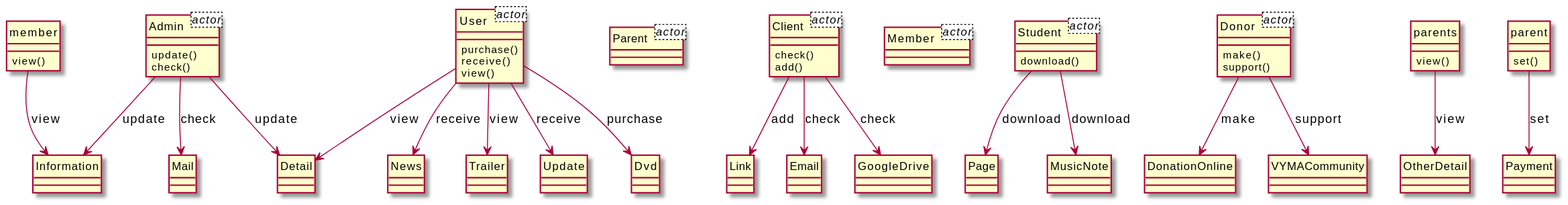
The PlantUML diagram output/diagram_5/2016-USC-Project02.svg in xixixhalu/DomainModelExtractor, before a commit. Its diagram source:
```plantuml
@startuml
hide circle
class User<actor> {
}
class Parent<actor> {
}
class Client<actor> {
}
class Admin<actor> {
}
class Member<actor> {
}
class Student<actor> {
}
class Donor<actor> {
}
class Admin {
	update()
	check()
}
class Information {
}
class User {
	purchase()
	receive()
	view()
}
class Trailer {
}
class Detail {
}
class Mail {
}
class Student {
	download()
}
class Page {
}
class Donor {
	make()
	support()
}
class DonationOnline {
}
class MusicNote {
}
class VYMACommunity {
}
class Update {
}
class parents {
	view()
}
class OtherDetail {
}
class Client {
	check()
	add()
}
class Link {
}
class Dvd {
}
class News {
}
class parent {
	set()
}
class Payment {
}
class Email {
}
class GoogleDrive {
}
class member {
	view()
}
member --> Information : view
Client --> Link : add
Admin --> Mail : check
Client --> Email : check
Donor --> DonationOnline : make
parents --> OtherDetail : view
User --> Trailer : view
User --> Dvd : purchase
Client --> GoogleDrive : check
parent --> Payment : set
Student --> MusicNote : download
Donor --> VYMACommunity : support
Student --> Page : download
Admin --> Detail : update
User --> Update : receive
Admin --> Information : update
User --> News : receive
User --> Detail : view
@enduml
```
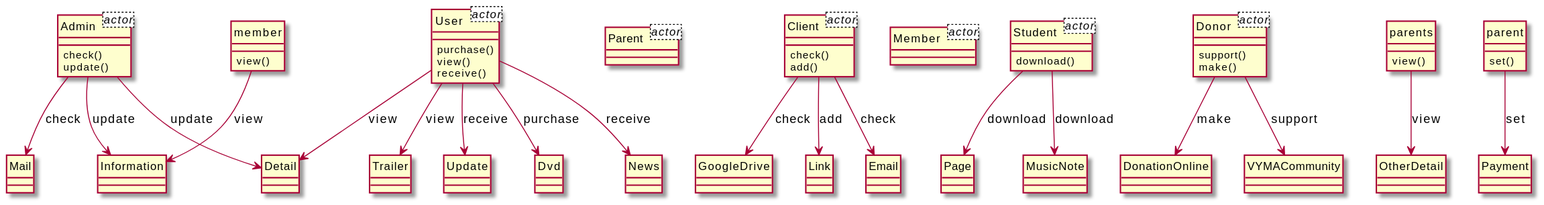
After the change.

Change to the diagram source:
```diff
@@ -14,83 +14,83 @@
 }
 class Donor<actor> {
 }
-class Admin {
-	update()
-	check()
+class member {
+	view()
 }
 class Information {
 }
-class User {
-	purchase()
-	receive()
-	view()
+class Donor {
+	support()
+	make()
 }
-class Trailer {
+class DonationOnline {
+}
+class Admin {
+	check()
+	update()
 }
 class Detail {
 }
-class Mail {
+class Client {
+	check()
+	add()
+}
+class GoogleDrive {
+}
+class VYMACommunity {
+}
+class Link {
+}
+class Email {
+}
+class parents {
+	view()
+}
+class OtherDetail {
+}
+class User {
+	purchase()
+	view()
+	receive()
 }
 class Student {
 	download()
 }
 class Page {
 }
-class Donor {
-	make()
-	support()
+class News {
 }
-class DonationOnline {
-}
-class MusicNote {
-}
-class VYMACommunity {
-}
-class Update {
-}
-class parents {
-	view()
-}
-class OtherDetail {
-}
-class Client {
-	check()
-	add()
-}
-class Link {
-}
-class Dvd {
-}
-class News {
+class Trailer {
 }
 class parent {
 	set()
 }
 class Payment {
 }
-class Email {
+class Mail {
 }
-class GoogleDrive {
+class Update {
 }
-class member {
-	view()
+class MusicNote {
 }
-member --> Information : view
+class Dvd {
+}
+Admin --> Detail : update
+User --> Dvd : purchase
+User --> Update : receive
+Admin --> Information : update
+Student --> Page : download
+User --> News : receive
+User --> Detail : view
+Donor --> DonationOnline : make
+parent --> Payment : set
 Client --> Link : add
+Student --> MusicNote : download
+Client --> GoogleDrive : check
+User --> Trailer : view
 Admin --> Mail : check
 Client --> Email : check
-Donor --> DonationOnline : make
+member --> Information : view
 parents --> OtherDetail : view
-User --> Trailer : view
-User --> Dvd : purchase
-Client --> GoogleDrive : check
-parent --> Payment : set
-Student --> MusicNote : download
 Donor --> VYMACommunity : support
-Student --> Page : download
-Admin --> Detail : update
-User --> Update : receive
-Admin --> Information : update
-User --> News : receive
-User --> Detail : view
 @enduml
```
